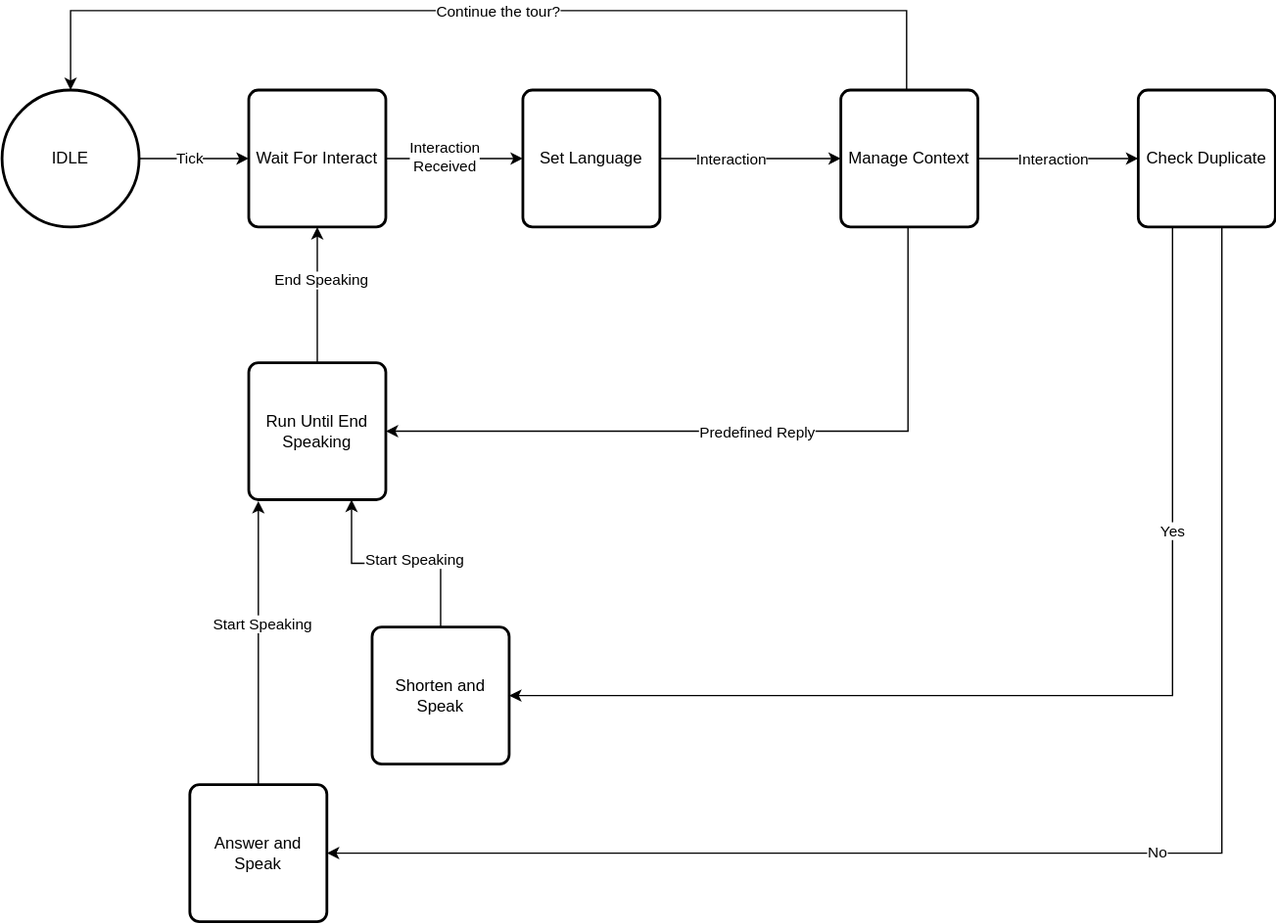
The draw.io diagram src/skills/dialog_skill/images/Dialog_pipeline.drawio.svg in convince-project/UC3, before a commit. Source tidied: cells renumbered, new cells last; positions are measured from the earlier drawing's top-left corner, leaving out a move shared by most shapes.
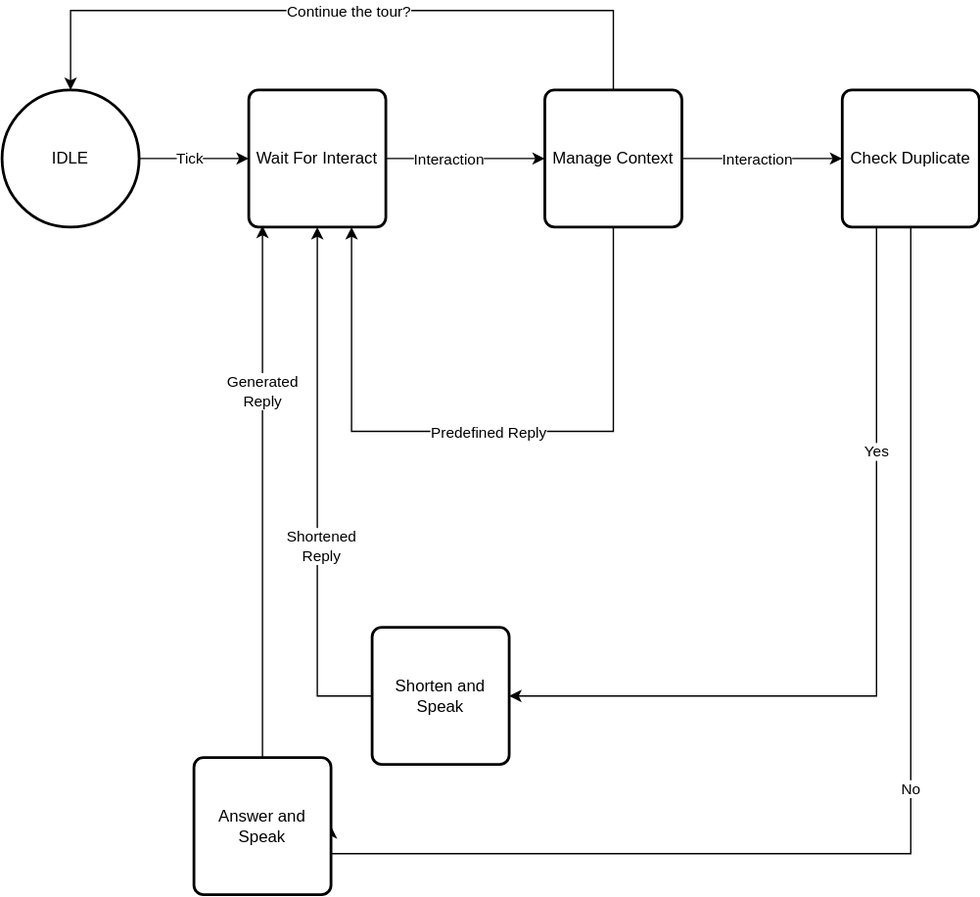
The same file after the commit.

Commit message:
Edited documentation for dialog service

Change to the diagram source:
```diff
@@ -25,7 +25,7 @@
     <mxCell id="8" style="edgeStyle=orthogonalEdgeStyle;rounded=0;jettySize=auto;html=1;entryX=1;entryY=0.5;entryDx=0;entryDy=0;" parent="1" edge="1" source="12" target="14">
       <mxGeometry relative="1" as="geometry">
         <Array as="points">
-          <mxPoint x="890" y="615" />
+          <mxPoint x="663" y="615" />
         </Array>
       </mxGeometry>
     </mxCell>
@@ -33,53 +33,41 @@
       <mxGeometry x="-0.09" y="-1" relative="1" as="geometry" />
     </mxCell>
     <mxCell id="10" style="edgeStyle=orthogonalEdgeStyle;rounded=0;jettySize=auto;html=1;exitX=0.25;exitY=1;exitDx=0;exitDy=0;entryX=1;entryY=0.5;entryDx=0;entryDy=0;" parent="1" edge="1" source="12" target="13">
-      <mxGeometry relative="1" as="geometry" />
+      <mxGeometry relative="1" as="geometry">
+        <Array as="points">
+          <mxPoint x="638" y="500" />
+        </Array>
+      </mxGeometry>
     </mxCell>
     <mxCell id="11" value="Yes" style="edgeLabel;html=1;align=center;verticalAlign=middle;" parent="10" vertex="1">
       <mxGeometry x="-0.47" y="-1" relative="1" as="geometry" />
     </mxCell>
     <mxCell id="12" value="Check Duplicate" style="rounded=1;whiteSpace=wrap;html=1;absoluteArcSize=1;arcSize=14;strokeWidth=2;" parent="1" vertex="1">
-      <mxGeometry x="829" y="58" width="100" height="100" as="geometry" />
+      <mxGeometry x="613" y="58" width="100" height="100" as="geometry" />
     </mxCell>
     <mxCell id="13" value="Shorten and Speak" style="rounded=1;whiteSpace=wrap;html=1;absoluteArcSize=1;arcSize=14;strokeWidth=2;" parent="1" vertex="1">
       <mxGeometry x="270" y="450" width="100" height="100" as="geometry" />
     </mxCell>
     <mxCell id="14" value="Answer and Speak" style="rounded=1;whiteSpace=wrap;html=1;absoluteArcSize=1;arcSize=14;strokeWidth=2;" parent="1" vertex="1">
-      <mxGeometry x="137" y="565" width="100" height="100" as="geometry" />
+      <mxGeometry x="140" y="545" width="100" height="100" as="geometry" />
     </mxCell>
-    <mxCell id="15" style="edgeStyle=orthogonalEdgeStyle;rounded=0;jettySize=auto;html=1;entryX=0.5;entryY=1;entryDx=0;entryDy=0;" parent="1" edge="1" source="24" target="7">
-      <mxGeometry relative="1" as="geometry" />
-    </mxCell>
-    <mxCell id="16" value="End Speaking" style="edgeLabel;html=1;align=center;verticalAlign=middle;" parent="15" vertex="1">
-      <mxGeometry x="0.23" y="-2" relative="1" as="geometry" />
-    </mxCell>
-    <mxCell id="17" style="edgeStyle=orthogonalEdgeStyle;rounded=0;jettySize=auto;html=1;entryX=0.75;entryY=1;entryDx=0;entryDy=0;" parent="1" edge="1" source="13" target="24">
-      <mxGeometry relative="1" as="geometry" />
+    <mxCell id="17" style="edgeStyle=orthogonalEdgeStyle;rounded=0;jettySize=auto;html=1;entryX=0.5;entryY=1;entryDx=0;entryDy=0;" parent="1" edge="1" source="13" target="7">
+      <mxGeometry relative="1" as="geometry">
+        <Array as="points">
+          <mxPoint x="230" y="500" />
+        </Array>
+      </mxGeometry>
     </mxCell>
-    <mxCell id="18" value="Start Speaking" style="edgeLabel;html=1;align=center;verticalAlign=middle;" parent="17" vertex="1">
-      <mxGeometry x="0.32" relative="1" as="geometry">
-        <mxPoint x="39" y="-3" as="offset" />
-      </mxGeometry>
-    </mxCell>
-    <mxCell id="19" style="edgeStyle=orthogonalEdgeStyle;rounded=0;jettySize=auto;html=1;" parent="1" edge="1" source="7" target="21">
-      <mxGeometry relative="1" as="geometry" />
-    </mxCell>
-    <mxCell id="20" value="&lt;div&gt;Interaction&lt;/div&gt;&lt;div&gt;Received&lt;/div&gt;" style="edgeLabel;html=1;align=center;verticalAlign=middle;" parent="19" vertex="1">
-      <mxGeometry x="-0.16" y="2" relative="1" as="geometry" />
-    </mxCell>
-    <mxCell id="21" value="Set Language" style="rounded=1;whiteSpace=wrap;html=1;absoluteArcSize=1;arcSize=14;strokeWidth=2;" parent="1" vertex="1">
-      <mxGeometry x="380" y="58" width="100" height="100" as="geometry" />
-    </mxCell>
+    <mxCell id="32" value="Shortened&lt;br&gt;Reply" style="edgeLabel;html=1;align=center;verticalAlign=middle;" parent="17" vertex="1">
+      <mxGeometry x="-0.21" y="-2" relative="1" as="geometry" />
+    </mxCell>
-    <mxCell id="22" style="edgeStyle=orthogonalEdgeStyle;rounded=0;jettySize=auto;html=1;entryX=0.07;entryY=1.01;entryDx=0;entryDy=0;entryPerimeter=0;" parent="1" edge="1" source="14" target="24">
+    <mxCell id="22" style="edgeStyle=orthogonalEdgeStyle;rounded=0;jettySize=auto;html=1;entryX=0.1;entryY=0.99;entryDx=0;entryDy=0;entryPerimeter=0;" parent="1" edge="1" source="14" target="7">
       <mxGeometry relative="1" as="geometry" />
     </mxCell>
-    <mxCell id="23" value="Start Speaking" style="edgeLabel;html=1;align=center;verticalAlign=middle;" parent="22" vertex="1">
-      <mxGeometry x="0.14" y="-2" relative="1" as="geometry" />
-    </mxCell>
-    <mxCell id="24" value="Run Until End Speaking" style="rounded=1;whiteSpace=wrap;html=1;absoluteArcSize=1;arcSize=14;strokeWidth=2;" parent="1" vertex="1">
-      <mxGeometry x="180" y="257" width="100" height="100" as="geometry" />
-    </mxCell>
+    <mxCell id="33" value="Generated&lt;br&gt;Reply" style="edgeLabel;html=1;align=center;verticalAlign=middle;" parent="22" vertex="1">
+      <mxGeometry x="0.38" y="1" relative="1" as="geometry" />
+    </mxCell>
-    <mxCell id="25" style="edgeStyle=orthogonalEdgeStyle;rounded=0;jettySize=auto;html=1;" parent="1" edge="1" source="21" target="29">
+    <mxCell id="25" style="edgeStyle=orthogonalEdgeStyle;rounded=0;jettySize=auto;html=1;exitX=1;exitY=0.5;exitDx=0;exitDy=0;" parent="1" edge="1" source="7" target="29">
       <mxGeometry relative="1" as="geometry" />
     </mxCell>
     <mxCell id="26" value="&lt;div&gt;Interaction&lt;/div&gt;" style="edgeLabel;html=1;align=center;verticalAlign=middle;" parent="25" vertex="1">
@@ -87,10 +75,11 @@
         <mxPoint y="-3" as="offset" />
       </mxGeometry>
     </mxCell>
-    <mxCell id="27" style="edgeStyle=orthogonalEdgeStyle;rounded=0;jettySize=auto;html=1;entryX=1;entryY=0.5;entryDx=0;entryDy=0;exitX=0.5;exitY=1;exitDx=0;exitDy=0;" parent="1" edge="1" source="29" target="24">
+    <mxCell id="27" style="edgeStyle=orthogonalEdgeStyle;rounded=0;jettySize=auto;html=1;entryX=0.75;entryY=1;entryDx=0;entryDy=0;exitX=0.5;exitY=1;exitDx=0;exitDy=0;" parent="1" edge="1" source="29" target="7">
       <mxGeometry relative="1" as="geometry">
         <Array as="points">
-          <mxPoint x="661" y="307" />
+          <mxPoint x="446" y="307" />
+          <mxPoint x="255" y="307" />
         </Array>
       </mxGeometry>
     </mxCell>
@@ -100,12 +89,12 @@
       </mxGeometry>
     </mxCell>
     <mxCell id="29" value="Manage Context" style="rounded=1;whiteSpace=wrap;html=1;absoluteArcSize=1;arcSize=14;strokeWidth=2;" parent="1" vertex="1">
-      <mxGeometry x="612" y="58" width="100" height="100" as="geometry" />
+      <mxGeometry x="396" y="58" width="100" height="100" as="geometry" />
     </mxCell>
     <mxCell id="30" style="edgeStyle=orthogonalEdgeStyle;rounded=0;jettySize=auto;html=1;entryX=0.5;entryY=0;entryDx=0;entryDy=0;entryPerimeter=0;" parent="1" edge="1" source="29" target="4">
       <mxGeometry relative="1" as="geometry">
         <Array as="points">
-          <mxPoint x="660" />
+          <mxPoint x="446" />
           <mxPoint x="50" />
         </Array>
       </mxGeometry>
```
